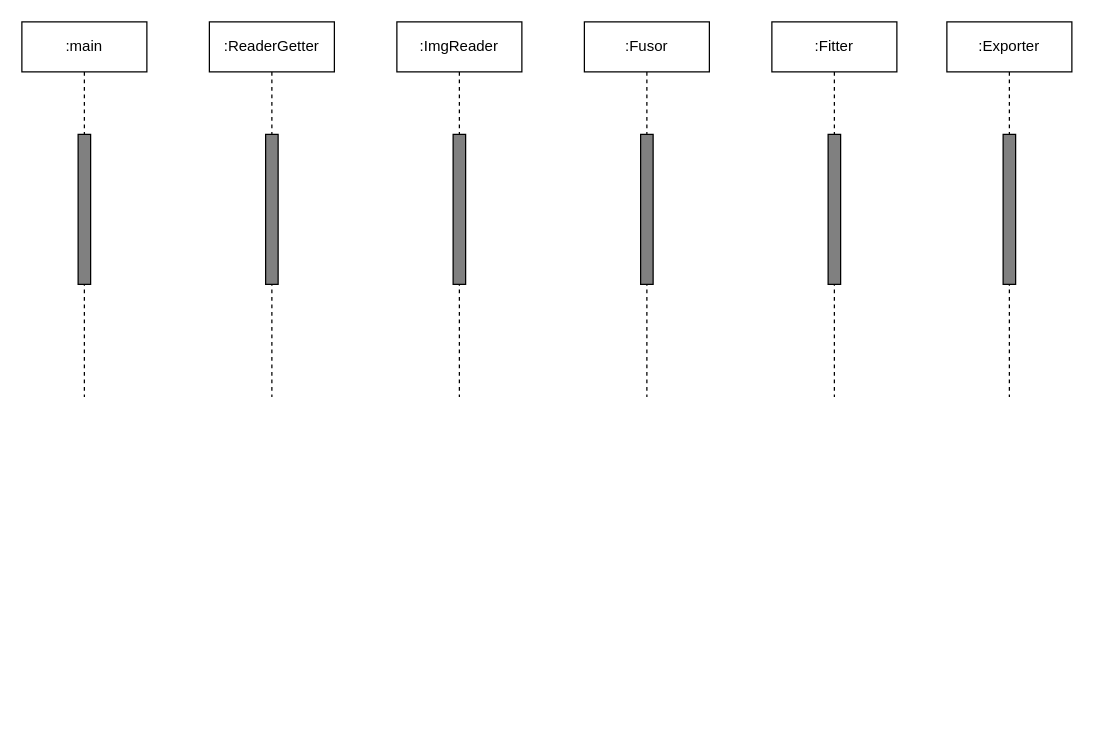
Above: doc/sequence_diagram.drawio in bartx3/ImgStacker (draw.io), before the change. Source tidied: cells renumbered, new cells numbered last; positions are measured from the earlier drawing's top-left corner, leaving out a move shared by most shapes. Both pictures are drawn from the tidied source at 125%, with x=0, y=0 at pixel (21, 21).
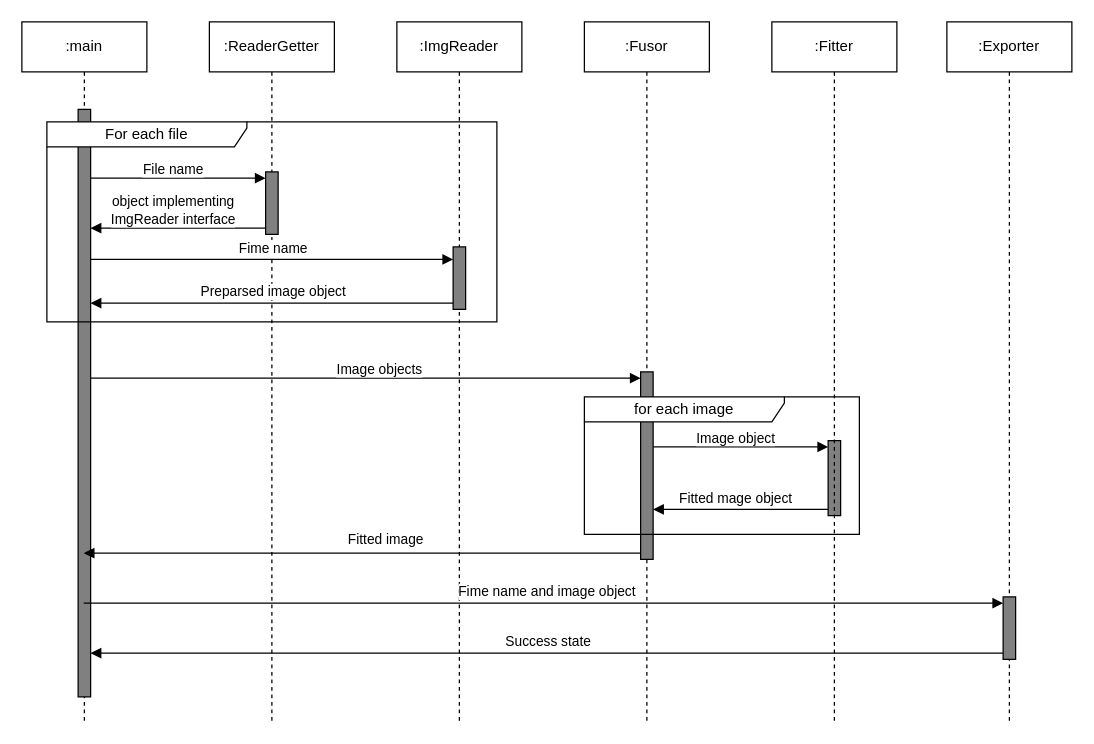
After the change.

Commit message (it also covers changes not shown here):
Sequence diagram and some info on dev plan

Change to the diagram source:
```diff
@@
     <mxCell id="2" value=":main" style="shape=umlLifeline;perimeter=lifelinePerimeter;whiteSpace=wrap;html=1;outlineConnect=0;portConstraint=eastwest;newEdgeStyle={&quot;edgeStyle&quot;:&quot;elbowEdgeStyle&quot;,&quot;elbow&quot;:&quot;vertical&quot;,&quot;curved&quot;:0,&quot;rounded&quot;:0};" parent="1" vertex="1">
-      <mxGeometry width="100" height="300" as="geometry" />
+      <mxGeometry width="100" height="560" as="geometry" />
     </mxCell>
     <mxCell id="3" style="html=1;points=[[0,0,0,0,5],[0,1,0,0,-5],[1,0,0,0,5],[1,1,0,0,-5]];perimeter=orthogonalPerimeter;outlineConnect=0;targetShapes=umlLifeline;portConstraint=eastwest;newEdgeStyle={&quot;curved&quot;:0,&quot;rounded&quot;:0};fillColor=#808080;" parent="2" vertex="1">
-      <mxGeometry x="45" y="90" width="10" height="120" as="geometry" />
+      <mxGeometry x="45" y="70" width="10" height="470" as="geometry" />
     </mxCell>
     <mxCell id="4" value=":ReaderGetter" style="shape=umlLifeline;perimeter=lifelinePerimeter;whiteSpace=wrap;html=1;newEdgeStyle={&quot;edgeStyle&quot;:&quot;elbowEdgeStyle&quot;,&quot;elbow&quot;:&quot;vertical&quot;,&quot;curved&quot;:0,&quot;rounded&quot;:0};" parent="1" vertex="1">
-      <mxGeometry x="150" width="100" height="300" as="geometry" />
+      <mxGeometry x="150" width="100" height="560" as="geometry" />
     </mxCell>
-    <mxCell id="5" style="html=1;points=[[0,0,0,0,5],[0,1,0,0,-5],[1,0,0,0,5],[1,1,0,0,-5]];perimeter=orthogonalPerimeter;outlineConnect=0;targetShapes=umlLifeline;portConstraint=eastwest;newEdgeStyle={&quot;curved&quot;:0,&quot;rounded&quot;:0};fillColor=#808080;" parent="4" vertex="1">
-      <mxGeometry x="45" y="90" width="10" height="120" as="geometry" />
-    </mxCell>
     <mxCell id="6" value=":ImgReader" style="shape=umlLifeline;perimeter=lifelinePerimeter;whiteSpace=wrap;html=1;newEdgeStyle={&quot;edgeStyle&quot;:&quot;elbowEdgeStyle&quot;,&quot;elbow&quot;:&quot;vertical&quot;,&quot;curved&quot;:0,&quot;rounded&quot;:0};" parent="1" vertex="1">
-      <mxGeometry x="300" width="100" height="300" as="geometry" />
+      <mxGeometry x="300" width="100" height="560" as="geometry" />
     </mxCell>
-    <mxCell id="7" style="html=1;points=[[0,0,0,0,5],[0,1,0,0,-5],[1,0,0,0,5],[1,1,0,0,-5]];perimeter=orthogonalPerimeter;outlineConnect=0;targetShapes=umlLifeline;portConstraint=eastwest;newEdgeStyle={&quot;curved&quot;:0,&quot;rounded&quot;:0};fillColor=#808080;" parent="6" vertex="1">
-      <mxGeometry x="45" y="90" width="10" height="120" as="geometry" />
-    </mxCell>
     <mxCell id="8" value=":Fusor" style="shape=umlLifeline;perimeter=lifelinePerimeter;whiteSpace=wrap;html=1;newEdgeStyle={&quot;edgeStyle&quot;:&quot;elbowEdgeStyle&quot;,&quot;elbow&quot;:&quot;vertical&quot;,&quot;curved&quot;:0,&quot;rounded&quot;:0};" parent="1" vertex="1">
-      <mxGeometry x="450" width="100" height="300" as="geometry" />
+      <mxGeometry x="450" width="100" height="560" as="geometry" />
     </mxCell>
     <mxCell id="9" style="html=1;points=[[0,0,0,0,5],[0,1,0,0,-5],[1,0,0,0,5],[1,1,0,0,-5]];perimeter=orthogonalPerimeter;outlineConnect=0;targetShapes=umlLifeline;portConstraint=eastwest;newEdgeStyle={&quot;curved&quot;:0,&quot;rounded&quot;:0};fillColor=#808080;" parent="8" vertex="1">
-      <mxGeometry x="45" y="90" width="10" height="120" as="geometry" />
+      <mxGeometry x="45" y="280" width="10" height="150" as="geometry" />
     </mxCell>
+    <mxCell id="14" style="html=1;points=[[0,0,0,0,5],[0,1,0,0,-5],[1,0,0,0,5],[1,1,0,0,-5]];perimeter=orthogonalPerimeter;outlineConnect=0;targetShapes=umlLifeline;portConstraint=eastwest;newEdgeStyle={&quot;curved&quot;:0,&quot;rounded&quot;:0};fillColor=#808080;" parent="8" vertex="1">
+      <mxGeometry x="195" y="335" width="10" height="60" as="geometry" />
+    </mxCell>
+    <mxCell id="15" value="for each image" style="shape=umlFrame;whiteSpace=wrap;html=1;width=160;height=20;" parent="8" vertex="1">
+      <mxGeometry y="300" width="220" height="110" as="geometry" />
+    </mxCell>
+    <mxCell id="16" style="html=1;verticalAlign=bottom;labelBackgroundColor=none;endArrow=block;endFill=1;rounded=0;entryX=0;entryY=0;entryDx=0;entryDy=5;entryPerimeter=0;" parent="8" edge="1" source="9" target="14">
+      <mxGeometry relative="1" as="geometry" />
+    </mxCell>
+    <mxCell id="17" value="Image object" style="edgeLabel;html=1;align=center;verticalAlign=middle;" parent="16" vertex="1">
+      <mxGeometry x="0.1" y="-2" relative="1" as="geometry">
+        <mxPoint x="-12" y="-10" as="offset" />
+      </mxGeometry>
+    </mxCell>
+    <mxCell id="18" style="html=1;verticalAlign=bottom;labelBackgroundColor=none;endArrow=block;endFill=1;rounded=0;exitX=0;exitY=1;exitDx=0;exitDy=-5;exitPerimeter=0;" parent="8" edge="1" source="14" target="9">
+      <mxGeometry relative="1" as="geometry" />
+    </mxCell>
+    <mxCell id="19" value="Fitted mage object" style="edgeLabel;html=1;align=center;verticalAlign=middle;" parent="18" vertex="1">
+      <mxGeometry x="0.1" y="-2" relative="1" as="geometry">
+        <mxPoint x="2" y="-8" as="offset" />
+      </mxGeometry>
+    </mxCell>
     <mxCell id="10" value=":Fitter" style="shape=umlLifeline;perimeter=lifelinePerimeter;whiteSpace=wrap;html=1;newEdgeStyle={&quot;edgeStyle&quot;:&quot;elbowEdgeStyle&quot;,&quot;elbow&quot;:&quot;vertical&quot;,&quot;curved&quot;:0,&quot;rounded&quot;:0};" parent="1" vertex="1">
-      <mxGeometry x="600" width="100" height="300" as="geometry" />
+      <mxGeometry x="600" width="100" height="560" as="geometry" />
     </mxCell>
-    <mxCell id="11" style="html=1;perimeter=orthogonalPerimeter;targetShapes=umlLifeline;newEdgeStyle={&quot;curved&quot;:0,&quot;rounded&quot;:0};fillColor=#808080;" parent="10" vertex="1">
-      <mxGeometry x="45" y="90" width="10" height="120" as="geometry" />
-    </mxCell>
     <mxCell id="12" value=":Exporter" style="shape=umlLifeline;perimeter=lifelinePerimeter;whiteSpace=wrap;html=1;newEdgeStyle={&quot;edgeStyle&quot;:&quot;elbowEdgeStyle&quot;,&quot;elbow&quot;:&quot;vertical&quot;,&quot;curved&quot;:0,&quot;rounded&quot;:0};" parent="1" vertex="1">
-      <mxGeometry x="740" width="100" height="300" as="geometry" />
+      <mxGeometry x="740" width="100" height="560" as="geometry" />
     </mxCell>
     <mxCell id="13" style="html=1;points=[[0,0,0,0,5],[0,1,0,0,-5],[1,0,0,0,5],[1,1,0,0,-5]];perimeter=orthogonalPerimeter;outlineConnect=0;targetShapes=umlLifeline;portConstraint=eastwest;newEdgeStyle={&quot;curved&quot;:0,&quot;rounded&quot;:0};fillColor=#808080;" parent="12" vertex="1">
-      <mxGeometry x="45" y="90" width="10" height="120" as="geometry" />
+      <mxGeometry x="45" y="460" width="10" height="50" as="geometry" />
     </mxCell>
+    <mxCell id="20" value="For each file" style="shape=umlFrame;whiteSpace=wrap;html=1;width=160;height=20;" parent="1" vertex="1">
+      <mxGeometry x="20" y="80" width="360" height="160" as="geometry" />
+    </mxCell>
+    <mxCell id="5" style="html=1;points=[[0,0,0,0,5],[0,1,0,0,-5],[1,0,0,0,5],[1,1,0,0,-5]];perimeter=orthogonalPerimeter;outlineConnect=0;targetShapes=umlLifeline;portConstraint=eastwest;newEdgeStyle={&quot;curved&quot;:0,&quot;rounded&quot;:0};fillColor=#808080;" parent="20" vertex="1">
+      <mxGeometry x="175" y="40" width="10" height="50" as="geometry" />
+    </mxCell>
+    <mxCell id="7" style="html=1;points=[[0,0,0,0,5],[0,1,0,0,-5],[1,0,0,0,5],[1,1,0,0,-5]];perimeter=orthogonalPerimeter;outlineConnect=0;targetShapes=umlLifeline;portConstraint=eastwest;newEdgeStyle={&quot;curved&quot;:0,&quot;rounded&quot;:0};fillColor=#808080;" parent="20" vertex="1">
+      <mxGeometry x="325" y="100" width="10" height="50" as="geometry" />
+    </mxCell>
+    <mxCell id="21" style="html=1;verticalAlign=bottom;labelBackgroundColor=none;endArrow=block;endFill=1;rounded=0;entryX=0;entryY=0;entryDx=0;entryDy=5;entryPerimeter=0;" parent="1" edge="1" source="3" target="5">
+      <mxGeometry relative="1" as="geometry" />
+    </mxCell>
+    <mxCell id="22" value="File name" style="edgeLabel;html=1;align=center;verticalAlign=middle;" parent="21" vertex="1">
+      <mxGeometry x="0.1" y="-2" relative="1" as="geometry">
+        <mxPoint x="-12" y="-10" as="offset" />
+      </mxGeometry>
+    </mxCell>
+    <mxCell id="23" style="html=1;verticalAlign=bottom;labelBackgroundColor=none;endArrow=block;endFill=1;rounded=0;exitX=0;exitY=1;exitDx=0;exitDy=-5;exitPerimeter=0;" parent="1" edge="1" source="5" target="3">
+      <mxGeometry relative="1" as="geometry" />
+    </mxCell>
+    <mxCell id="24" value="object implementing&lt;br&gt;ImgReader interface" style="edgeLabel;html=1;align=center;verticalAlign=middle;" parent="23" vertex="1">
+      <mxGeometry x="0.13" y="-1" relative="1" as="geometry">
+        <mxPoint x="4" y="-14" as="offset" />
+      </mxGeometry>
+    </mxCell>
+    <mxCell id="25" style="html=1;verticalAlign=bottom;labelBackgroundColor=none;endArrow=block;endFill=1;rounded=0;" parent="1" edge="1">
+      <mxGeometry relative="1" as="geometry">
+        <mxPoint x="55" y="190" as="sourcePoint" />
+        <mxPoint x="345" y="190" as="targetPoint" />
+      </mxGeometry>
+    </mxCell>
+    <mxCell id="26" value="Fime name" style="edgeLabel;html=1;align=center;verticalAlign=middle;" parent="25" vertex="1">
+      <mxGeometry x="0.15" relative="1" as="geometry">
+        <mxPoint x="-22" y="-10" as="offset" />
+      </mxGeometry>
+    </mxCell>
+    <mxCell id="27" style="html=1;verticalAlign=bottom;labelBackgroundColor=none;endArrow=block;endFill=1;rounded=0;exitX=0;exitY=1;exitDx=0;exitDy=-5;exitPerimeter=0;" parent="1" edge="1" source="7" target="3">
+      <mxGeometry relative="1" as="geometry" />
+    </mxCell>
+    <mxCell id="28" value="Preparsed image object" style="edgeLabel;html=1;align=center;verticalAlign=middle;" parent="27" vertex="1">
+      <mxGeometry x="0.15" relative="1" as="geometry">
+        <mxPoint x="22" y="-10" as="offset" />
+      </mxGeometry>
+    </mxCell>
+    <mxCell id="29" style="html=1;verticalAlign=bottom;labelBackgroundColor=none;endArrow=block;endFill=1;rounded=0;entryX=0;entryY=0;entryDx=0;entryDy=5;entryPerimeter=0;" parent="1" edge="1" source="2" target="13">
+      <mxGeometry relative="1" as="geometry" />
+    </mxCell>
+    <mxCell id="30" value="Fime name and image object" style="edgeLabel;html=1;align=center;verticalAlign=middle;" parent="29" vertex="1">
+      <mxGeometry x="0.15" relative="1" as="geometry">
+        <mxPoint x="-53" y="-10" as="offset" />
+      </mxGeometry>
+    </mxCell>
+    <mxCell id="31" style="html=1;verticalAlign=bottom;labelBackgroundColor=none;endArrow=block;endFill=1;rounded=0;exitX=0;exitY=1;exitDx=0;exitDy=-5;exitPerimeter=0;" parent="1" edge="1" source="13" target="3">
+      <mxGeometry relative="1" as="geometry" />
+    </mxCell>
+    <mxCell id="32" value="Success state" style="edgeLabel;html=1;align=center;verticalAlign=middle;" parent="31" vertex="1">
+      <mxGeometry x="0.15" relative="1" as="geometry">
+        <mxPoint x="55" y="-10" as="offset" />
+      </mxGeometry>
+    </mxCell>
+    <mxCell id="33" style="html=1;verticalAlign=bottom;labelBackgroundColor=none;endArrow=block;endFill=1;rounded=0;entryX=0;entryY=0;entryDx=0;entryDy=5;entryPerimeter=0;" parent="1" edge="1" source="3" target="9">
+      <mxGeometry relative="1" as="geometry" />
+    </mxCell>
+    <mxCell id="34" value="Image objects" style="edgeLabel;html=1;align=center;verticalAlign=middle;" parent="33" vertex="1">
+      <mxGeometry x="0.1" y="-2" relative="1" as="geometry">
+        <mxPoint x="-12" y="-10" as="offset" />
+      </mxGeometry>
+    </mxCell>
+    <mxCell id="35" style="html=1;verticalAlign=bottom;labelBackgroundColor=none;endArrow=block;endFill=1;rounded=0;exitX=0;exitY=1;exitDx=0;exitDy=-5;exitPerimeter=0;" parent="1" edge="1" source="9" target="2">
+      <mxGeometry relative="1" as="geometry" />
+    </mxCell>
+    <mxCell id="36" value="Fitted image" style="edgeLabel;html=1;align=center;verticalAlign=middle;" parent="35" vertex="1">
+      <mxGeometry x="0.1" y="-2" relative="1" as="geometry">
+        <mxPoint x="40" y="-10" as="offset" />
+      </mxGeometry>
+    </mxCell>
```
